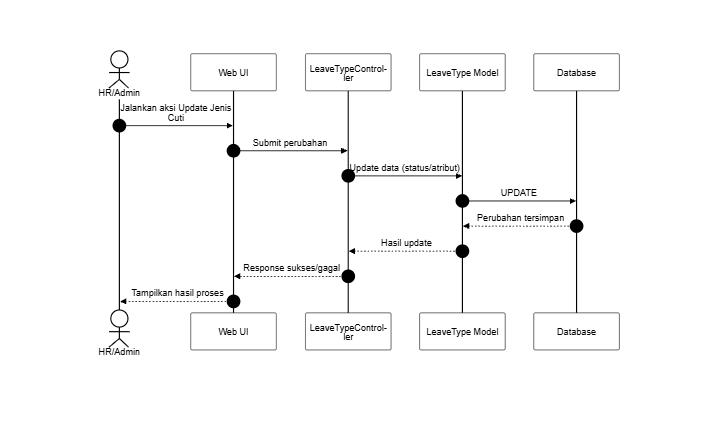
Above: docs/SequenceDiagram/PNG_Transparent/DataMasterJenisCuti-UpdateJenisCuti.png in SulaimanHafi23/SimpegRSHDI (Mermaid), before the change. Its source is kept beside it as docs/SequenceDiagram/DataMasterJenisCuti-UpdateJenisCuti.mermaid. Source of this version:
```mermaid
%%{init: {"theme": "base", "themeVariables": {"background": "#dddddd", "primaryColor": "#ffffff", "primaryBorderColor": "#000000", "primaryTextColor": "#000000", "lineColor": "#000000", "textColor": "#000000", "actorBkg": "#ffffff", "actorBorder": "#000000", "actorTextColor": "#000000", "activationBkgColor": "#ffffff", "activationBorderColor": "#000000", "signalColor": "#000000", "signalTextColor": "#000000", "labelBoxBkgColor": "#ffffff", "labelBoxBorderColor": "#000000", "labelTextColor": "#000000", "sequenceNumberColor": "#000000", "noteBkgColor": "#ffffff", "noteBorderColor": "#000000", "noteTextColor": "#000000"}, "sequence": {"useMaxWidth": true, "wrap": true, "messageFontSize": 12, "noteFontSize": 12}}}%%
sequenceDiagram
    autonumber
    actor A as HR/Admin
    participant UI as Web UI
    participant C as LeaveTypeController
    participant M as LeaveType Model
    participant DB as Database

    A->>UI: Jalankan aksi Update Jenis Cuti
    UI->>C: Submit perubahan
    C->>M: Update data (status/atribut)
    M->>DB: UPDATE
    DB-->>M: Perubahan tersimpan
    M-->>C: Hasil update
    C-->>UI: Response sukses/gagal
    UI-->>A: Tampilkan hasil proses
```
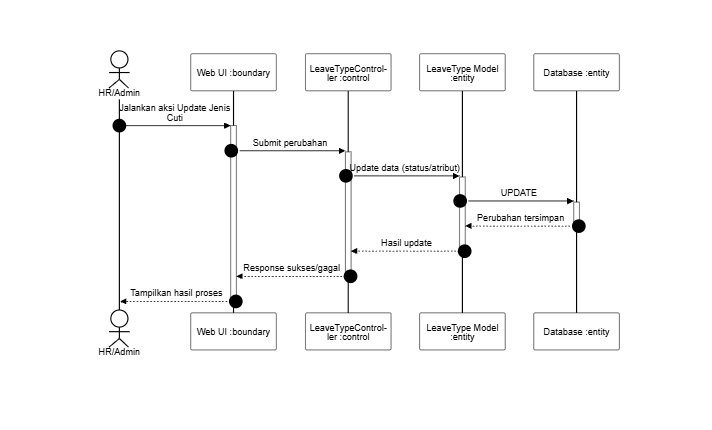
The same file after the commit.

Diff of the diagram source:
```diff
@@ -2,16 +2,16 @@
 sequenceDiagram
     autonumber
     actor A as HR/Admin
-    participant UI as Web UI
-    participant C as LeaveTypeController
-    participant M as LeaveType Model
-    participant DB as Database
+    participant UI as Web UI :boundary
+    participant C as LeaveTypeController :control
+    participant M as LeaveType Model :entity
+    participant DB as Database :entity
 
-    A->>UI: Jalankan aksi Update Jenis Cuti
-    UI->>C: Submit perubahan
-    C->>M: Update data (status/atribut)
-    M->>DB: UPDATE
-    DB-->>M: Perubahan tersimpan
-    M-->>C: Hasil update
-    C-->>UI: Response sukses/gagal
-    UI-->>A: Tampilkan hasil proses
+    A->>+UI: Jalankan aksi Update Jenis Cuti
+    UI->>+C: Submit perubahan
+    C->>+M: Update data (status/atribut)
+    M->>+DB: UPDATE
+    DB-->>-M: Perubahan tersimpan
+    M-->>-C: Hasil update
+    C-->>-UI: Response sukses/gagal
+    UI-->>-A: Tampilkan hasil proses
```
